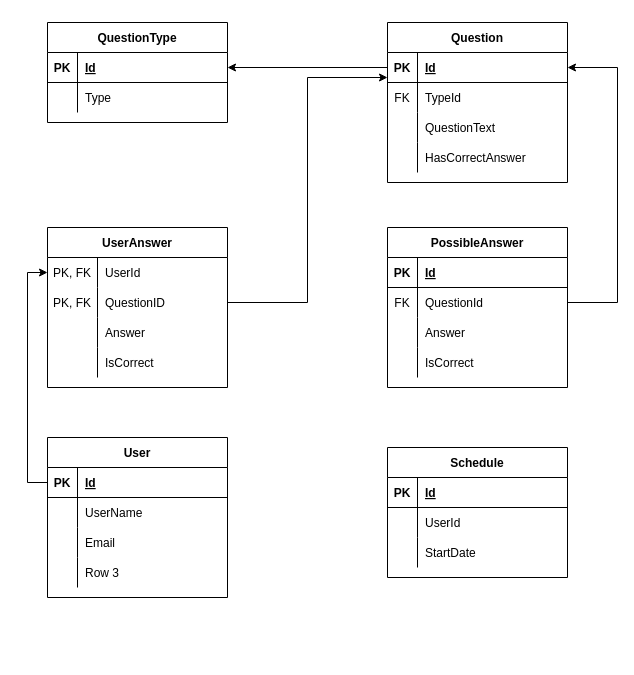
Before: erd.drawio in lionelritchie29/RDT-Technical-Test, a draw.io diagram. Source tidied: cells renumbered, new cells numbered last; positions are measured from the earlier drawing's top-left corner, leaving out a move shared by most shapes. Both pictures are drawn from the tidied source at 100%, with x=0, y=0 at pixel (47, 22).
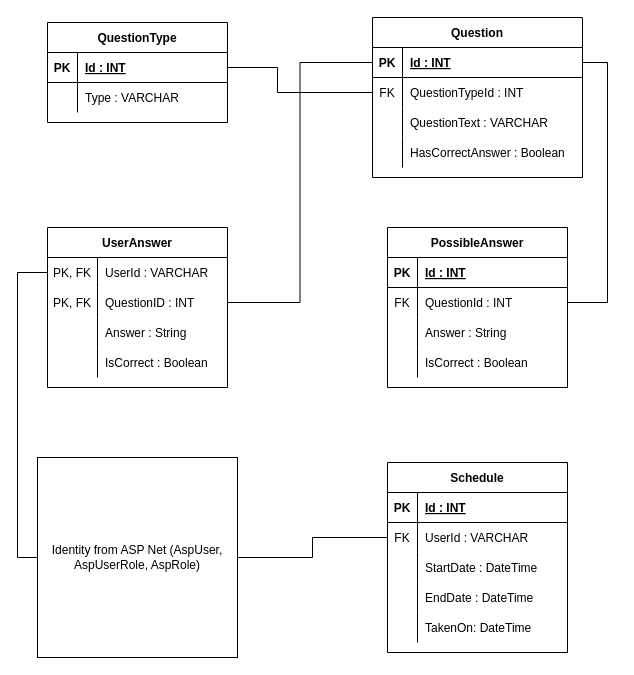
After the change.

The change refers to these unchanged cells:
```xml
<mxCell id="29" style="shape=partialRectangle;fillColor=none;top=0;left=0;bottom=1;right=0;" parent="28" vertex="1">
  <mxGeometry y="30" width="180" height="30" as="geometry" />
</mxCell>
<mxCell id="32" style="shape=partialRectangle;fillColor=none;top=0;left=0;bottom=0;right=0;points=[[0,0.5],[1,0.5]];portConstraint=eastwest;" parent="28" vertex="1">
  <mxGeometry y="60" width="180" height="30" as="geometry" />
</mxCell>
<mxCell id="35" style="shape=partialRectangle;fillColor=none;top=0;left=0;bottom=0;right=0;" parent="28" vertex="1">
  <mxGeometry y="90" width="180" height="30" as="geometry" />
</mxCell>
<mxCell id="38" style="shape=partialRectangle;fillColor=none;top=0;left=0;bottom=0;right=0;" parent="28" vertex="1">
  <mxGeometry y="120" width="180" height="30" as="geometry" />
</mxCell>
<mxCell id="42" style="shape=partialRectangle;fillColor=none;top=0;left=0;bottom=0;right=0;points=[[0,0.5],[1,0.5]];portConstraint=eastwest;" parent="41" vertex="1">
  <mxGeometry y="30" width="180" height="30" as="geometry" />
</mxCell>
<mxCell id="45" style="shape=partialRectangle;fillColor=none;top=0;left=0;bottom=0;right=0;points=[[0,0.5],[1,0.5]];portConstraint=eastwest;" parent="41" vertex="1">
  <mxGeometry y="60" width="180" height="30" as="geometry" />
</mxCell>
<mxCell id="48" style="shape=partialRectangle;fillColor=none;top=0;left=0;bottom=0;right=0;" parent="41" vertex="1">
  <mxGeometry y="90" width="180" height="30" as="geometry" />
</mxCell>
<mxCell id="51" style="shape=partialRectangle;fillColor=none;top=0;left=0;bottom=0;right=0;" parent="41" vertex="1">
  <mxGeometry y="120" width="180" height="30" as="geometry" />
</mxCell>
<mxCell id="55" style="shape=partialRectangle;fillColor=none;top=0;left=0;bottom=1;right=0;points=[[0,0.5],[1,0.5]];portConstraint=eastwest;" parent="54" vertex="1">
  <mxGeometry y="30" width="180" height="30" as="geometry" />
</mxCell>
<mxCell id="58" style="shape=partialRectangle;fillColor=none;top=0;left=0;bottom=0;right=0;" parent="54" vertex="1">
  <mxGeometry y="60" width="180" height="30" as="geometry" />
</mxCell>
<mxCell id="65" style="shape=partialRectangle;fillColor=none;top=0;left=0;bottom=1;right=0;" parent="64" vertex="1">
  <mxGeometry y="30" width="180" height="30" as="geometry" />
</mxCell>
<mxCell id="68" style="shape=partialRectangle;fillColor=none;top=0;left=0;bottom=0;right=0;points=[[0,0.5],[1,0.5]];portConstraint=eastwest;" parent="64" vertex="1">
  <mxGeometry y="60" width="180" height="30" as="geometry" />
</mxCell>
<mxCell id="71" style="shape=partialRectangle;fillColor=none;top=0;left=0;bottom=0;right=0;" parent="64" vertex="1">
  <mxGeometry y="90" width="180" height="30" as="geometry" />
</mxCell>
```

Change to the diagram source:
```diff
@@
-    <mxCell id="2" value="User" style="shape=table;startSize=30;childLayout=tableLayout;rowLines=0;fontStyle=1;align=center;" parent="1" vertex="1">
-      <mxGeometry y="415" width="180" height="160" as="geometry" />
-    </mxCell>
-    <mxCell id="3" style="shape=partialRectangle;fillColor=none;top=0;left=0;bottom=1;right=0;points=[[0,0.5],[1,0.5]];portConstraint=eastwest;" parent="2" vertex="1">
-      <mxGeometry y="30" width="180" height="30" as="geometry" />
-    </mxCell>
-    <mxCell id="4" value="PK" style="shape=partialRectangle;fillColor=none;top=0;left=0;bottom=0;right=0;fontStyle=1;overflow=hidden;" parent="3" vertex="1">
-      <mxGeometry width="30" height="30" as="geometry" />
-    </mxCell>
-    <mxCell id="5" value="Id" style="shape=partialRectangle;fillColor=none;top=0;left=0;bottom=0;right=0;align=left;spacingLeft=6;fontStyle=5;overflow=hidden;" parent="3" vertex="1">
-      <mxGeometry x="30" width="150" height="30" as="geometry" />
-    </mxCell>
-    <mxCell id="6" style="shape=partialRectangle;fillColor=none;top=0;left=0;bottom=0;right=0;" parent="2" vertex="1">
-      <mxGeometry y="60" width="180" height="30" as="geometry" />
-    </mxCell>
-    <mxCell id="7" style="shape=partialRectangle;fillColor=none;top=0;left=0;bottom=0;right=0;overflow=hidden;" parent="6" vertex="1">
-      <mxGeometry width="30" height="30" as="geometry" />
-    </mxCell>
-    <mxCell id="8" value="UserName" style="shape=partialRectangle;fillColor=none;top=0;left=0;bottom=0;right=0;align=left;spacingLeft=6;overflow=hidden;" parent="6" vertex="1">
-      <mxGeometry x="30" width="150" height="30" as="geometry" />
-    </mxCell>
-    <mxCell id="9" style="shape=partialRectangle;fillColor=none;top=0;left=0;bottom=0;right=0;" parent="2" vertex="1">
-      <mxGeometry y="90" width="180" height="30" as="geometry" />
-    </mxCell>
-    <mxCell id="10" style="shape=partialRectangle;fillColor=none;top=0;left=0;bottom=0;right=0;overflow=hidden;" parent="9" vertex="1">
-      <mxGeometry width="30" height="30" as="geometry" />
-    </mxCell>
-    <mxCell id="11" value="Email" style="shape=partialRectangle;fillColor=none;top=0;left=0;bottom=0;right=0;align=left;spacingLeft=6;overflow=hidden;" parent="9" vertex="1">
-      <mxGeometry x="30" width="150" height="30" as="geometry" />
-    </mxCell>
-    <mxCell id="12" style="shape=partialRectangle;fillColor=none;top=0;left=0;bottom=0;right=0;" parent="2" vertex="1">
-      <mxGeometry y="120" width="180" height="30" as="geometry" />
-    </mxCell>
-    <mxCell id="13" style="shape=partialRectangle;fillColor=none;top=0;left=0;bottom=0;right=0;overflow=hidden;" parent="12" vertex="1">
-      <mxGeometry width="30" height="30" as="geometry" />
-    </mxCell>
-    <mxCell id="14" value="Row 3" style="shape=partialRectangle;fillColor=none;top=0;left=0;bottom=0;right=0;align=left;spacingLeft=6;overflow=hidden;" parent="12" vertex="1">
-      <mxGeometry x="30" width="150" height="30" as="geometry" />
-    </mxCell>
     <mxCell id="15" value="Question" style="shape=table;startSize=30;childLayout=tableLayout;rowLines=0;fontStyle=1;align=center;" parent="1" vertex="1">
-      <mxGeometry x="340" width="180" height="160" as="geometry" />
+      <mxGeometry x="325" y="-5" width="210" height="160" as="geometry" />
     </mxCell>
     <mxCell id="16" style="shape=partialRectangle;fillColor=none;top=0;left=0;bottom=1;right=0;points=[[0,0.5],[1,0.5]];portConstraint=eastwest;" parent="15" vertex="1">
-      <mxGeometry y="30" width="180" height="30" as="geometry" />
+      <mxGeometry y="30" width="210" height="30" as="geometry" />
     </mxCell>
@@
-    <mxCell id="18" value="Id" style="shape=partialRectangle;fillColor=none;top=0;left=0;bottom=0;right=0;align=left;spacingLeft=6;fontStyle=5;overflow=hidden;" parent="16" vertex="1">
-      <mxGeometry x="30" width="150" height="30" as="geometry" />
+    <mxCell id="18" value="Id : INT" style="shape=partialRectangle;fillColor=none;top=0;left=0;bottom=0;right=0;align=left;spacingLeft=6;fontStyle=5;overflow=hidden;" parent="16" vertex="1">
+      <mxGeometry x="30" width="180" height="30" as="geometry" />
     </mxCell>
     <mxCell id="19" style="shape=partialRectangle;fillColor=none;top=0;left=0;bottom=0;right=0;points=[[0,0.5],[1,0.5]];portConstraint=eastwest;" parent="15" vertex="1">
-      <mxGeometry y="60" width="180" height="30" as="geometry" />
+      <mxGeometry y="60" width="210" height="30" as="geometry" />
     </mxCell>
@@
-    <mxCell id="21" value="TypeId" style="shape=partialRectangle;fillColor=none;top=0;left=0;bottom=0;right=0;align=left;spacingLeft=6;overflow=hidden;" parent="19" vertex="1">
-      <mxGeometry x="30" width="150" height="30" as="geometry" />
+    <mxCell id="21" value="QuestionTypeId : INT" style="shape=partialRectangle;fillColor=none;top=0;left=0;bottom=0;right=0;align=left;spacingLeft=6;overflow=hidden;" parent="19" vertex="1">
+      <mxGeometry x="30" width="180" height="30" as="geometry" />
     </mxCell>
     <mxCell id="22" style="shape=partialRectangle;fillColor=none;top=0;left=0;bottom=0;right=0;" parent="15" vertex="1">
-      <mxGeometry y="90" width="180" height="30" as="geometry" />
+      <mxGeometry y="90" width="210" height="30" as="geometry" />
     </mxCell>
@@
-    <mxCell id="24" value="QuestionText" style="shape=partialRectangle;fillColor=none;top=0;left=0;bottom=0;right=0;align=left;spacingLeft=6;overflow=hidden;" parent="22" vertex="1">
-      <mxGeometry x="30" width="150" height="30" as="geometry" />
+    <mxCell id="24" value="QuestionText : VARCHAR" style="shape=partialRectangle;fillColor=none;top=0;left=0;bottom=0;right=0;align=left;spacingLeft=6;overflow=hidden;" parent="22" vertex="1">
+      <mxGeometry x="30" width="180" height="30" as="geometry" />
     </mxCell>
     <mxCell id="25" style="shape=partialRectangle;fillColor=none;top=0;left=0;bottom=0;right=0;" parent="15" vertex="1">
-      <mxGeometry y="120" width="180" height="30" as="geometry" />
+      <mxGeometry y="120" width="210" height="30" as="geometry" />
     </mxCell>
@@
-    <mxCell id="27" value="HasCorrectAnswer" style="shape=partialRectangle;fillColor=none;top=0;left=0;bottom=0;right=0;align=left;spacingLeft=6;overflow=hidden;" parent="25" vertex="1">
-      <mxGeometry x="30" width="150" height="30" as="geometry" />
+    <mxCell id="27" value="HasCorrectAnswer : Boolean" style="shape=partialRectangle;fillColor=none;top=0;left=0;bottom=0;right=0;align=left;spacingLeft=6;overflow=hidden;" parent="25" vertex="1">
+      <mxGeometry x="30" width="180" height="30" as="geometry" />
     </mxCell>
@@
-    <mxCell id="31" value="Id" style="shape=partialRectangle;fillColor=none;top=0;left=0;bottom=0;right=0;align=left;spacingLeft=6;fontStyle=5;overflow=hidden;" parent="29" vertex="1">
+    <mxCell id="31" value="Id : INT" style="shape=partialRectangle;fillColor=none;top=0;left=0;bottom=0;right=0;align=left;spacingLeft=6;fontStyle=5;overflow=hidden;" parent="29" vertex="1">
       <mxGeometry x="30" width="150" height="30" as="geometry" />
     </mxCell>
@@
-    <mxCell id="34" value="QuestionId" style="shape=partialRectangle;fillColor=none;top=0;left=0;bottom=0;right=0;align=left;spacingLeft=6;overflow=hidden;" parent="32" vertex="1">
+    <mxCell id="34" value="QuestionId : INT" style="shape=partialRectangle;fillColor=none;top=0;left=0;bottom=0;right=0;align=left;spacingLeft=6;overflow=hidden;" parent="32" vertex="1">
       <mxGeometry x="30" width="150" height="30" as="geometry" />
     </mxCell>
@@
-    <mxCell id="37" value="Answer" style="shape=partialRectangle;fillColor=none;top=0;left=0;bottom=0;right=0;align=left;spacingLeft=6;overflow=hidden;" parent="35" vertex="1">
+    <mxCell id="37" value="Answer : String" style="shape=partialRectangle;fillColor=none;top=0;left=0;bottom=0;right=0;align=left;spacingLeft=6;overflow=hidden;" parent="35" vertex="1">
       <mxGeometry x="30" width="150" height="30" as="geometry" />
     </mxCell>
@@
-    <mxCell id="40" value="IsCorrect" style="shape=partialRectangle;fillColor=none;top=0;left=0;bottom=0;right=0;align=left;spacingLeft=6;overflow=hidden;" parent="38" vertex="1">
+    <mxCell id="40" value="IsCorrect : Boolean" style="shape=partialRectangle;fillColor=none;top=0;left=0;bottom=0;right=0;align=left;spacingLeft=6;overflow=hidden;" parent="38" vertex="1">
       <mxGeometry x="30" width="150" height="30" as="geometry" />
     </mxCell>
@@
-    <mxCell id="44" value="UserId" style="shape=partialRectangle;fillColor=none;top=0;left=0;bottom=0;right=0;align=left;spacingLeft=6;overflow=hidden;" parent="42" vertex="1">
+    <mxCell id="44" value="UserId : VARCHAR" style="shape=partialRectangle;fillColor=none;top=0;left=0;bottom=0;right=0;align=left;spacingLeft=6;overflow=hidden;" parent="42" vertex="1">
       <mxGeometry x="50" width="130" height="30" as="geometry" />
     </mxCell>
@@
-    <mxCell id="47" value="QuestionID" style="shape=partialRectangle;fillColor=none;top=0;left=0;bottom=0;right=0;align=left;spacingLeft=6;overflow=hidden;" parent="45" vertex="1">
+    <mxCell id="47" value="QuestionID : INT" style="shape=partialRectangle;fillColor=none;top=0;left=0;bottom=0;right=0;align=left;spacingLeft=6;overflow=hidden;" parent="45" vertex="1">
       <mxGeometry x="50" width="130" height="30" as="geometry" />
     </mxCell>
@@
-    <mxCell id="50" value="Answer" style="shape=partialRectangle;fillColor=none;top=0;left=0;bottom=0;right=0;align=left;spacingLeft=6;overflow=hidden;" parent="48" vertex="1">
+    <mxCell id="50" value="Answer : String" style="shape=partialRectangle;fillColor=none;top=0;left=0;bottom=0;right=0;align=left;spacingLeft=6;overflow=hidden;" parent="48" vertex="1">
       <mxGeometry x="50" width="130" height="30" as="geometry" />
     </mxCell>
@@
-    <mxCell id="53" value="IsCorrect" style="shape=partialRectangle;fillColor=none;top=0;left=0;bottom=0;right=0;align=left;spacingLeft=6;overflow=hidden;" parent="51" vertex="1">
+    <mxCell id="53" value="IsCorrect : Boolean" style="shape=partialRectangle;fillColor=none;top=0;left=0;bottom=0;right=0;align=left;spacingLeft=6;overflow=hidden;" parent="51" vertex="1">
       <mxGeometry x="50" width="130" height="30" as="geometry" />
     </mxCell>
@@
-    <mxCell id="57" value="Id" style="shape=partialRectangle;fillColor=none;top=0;left=0;bottom=0;right=0;align=left;spacingLeft=6;fontStyle=5;overflow=hidden;" parent="55" vertex="1">
+    <mxCell id="57" value="Id : INT" style="shape=partialRectangle;fillColor=none;top=0;left=0;bottom=0;right=0;align=left;spacingLeft=6;fontStyle=5;overflow=hidden;" parent="55" vertex="1">
       <mxGeometry x="30" width="150" height="30" as="geometry" />
     </mxCell>
@@
-    <mxCell id="60" value="Type" style="shape=partialRectangle;fillColor=none;top=0;left=0;bottom=0;right=0;align=left;spacingLeft=6;overflow=hidden;" parent="58" vertex="1">
+    <mxCell id="60" value="Type : VARCHAR" style="shape=partialRectangle;fillColor=none;top=0;left=0;bottom=0;right=0;align=left;spacingLeft=6;overflow=hidden;" parent="58" vertex="1">
       <mxGeometry x="30" width="150" height="30" as="geometry" />
     </mxCell>
-    <mxCell id="61" style="edgeStyle=orthogonalEdgeStyle;rounded=0;jettySize=auto;html=1;exitX=0;exitY=0.5;exitDx=0;exitDy=0;entryX=0;entryY=0.5;entryDx=0;entryDy=0;" parent="1" edge="1" source="3" target="42">
-      <mxGeometry relative="1" as="geometry" />
-    </mxCell>
-    <mxCell id="62" style="edgeStyle=orthogonalEdgeStyle;rounded=0;jettySize=auto;html=1;exitX=1;exitY=0.5;exitDx=0;exitDy=0;entryX=1;entryY=0.5;entryDx=0;entryDy=0;" parent="1" edge="1" source="32" target="16">
-      <mxGeometry relative="1" as="geometry">
-        <Array as="points">
-          <mxPoint x="570" y="280" />
-          <mxPoint x="570" y="45" />
-        </Array>
-      </mxGeometry>
-    </mxCell>
-    <mxCell id="63" style="edgeStyle=orthogonalEdgeStyle;rounded=0;jettySize=auto;html=1;exitX=0;exitY=0.5;exitDx=0;exitDy=0;" parent="1" edge="1" source="19" target="55">
-      <mxGeometry relative="1" as="geometry">
-        <Array as="points">
-          <mxPoint x="340" y="45" />
-        </Array>
-      </mxGeometry>
-    </mxCell>
     <mxCell id="64" value="Schedule" style="shape=table;startSize=30;childLayout=tableLayout;rowLines=0;fontStyle=1;align=center;" parent="1" vertex="1">
-      <mxGeometry x="340" y="425" width="180" height="130" as="geometry" />
+      <mxGeometry x="340" y="440" width="180" height="190" as="geometry" />
     </mxCell>
@@
-    <mxCell id="67" value="Id" style="shape=partialRectangle;fillColor=none;top=0;left=0;bottom=0;right=0;align=left;spacingLeft=6;fontStyle=5;overflow=hidden;" parent="65" vertex="1">
+    <mxCell id="67" value="Id : INT" style="shape=partialRectangle;fillColor=none;top=0;left=0;bottom=0;right=0;align=left;spacingLeft=6;fontStyle=5;overflow=hidden;" parent="65" vertex="1">
       <mxGeometry x="30" width="150" height="30" as="geometry" />
     </mxCell>
@@
-    <mxCell id="69" style="shape=partialRectangle;fillColor=none;top=0;left=0;bottom=0;right=0;overflow=hidden;" parent="68" vertex="1">
+    <mxCell id="69" value="FK" style="shape=partialRectangle;fillColor=none;top=0;left=0;bottom=0;right=0;overflow=hidden;" parent="68" vertex="1">
       <mxGeometry width="30" height="30" as="geometry" />
     </mxCell>
-    <mxCell id="70" value="UserId" style="shape=partialRectangle;fillColor=none;top=0;left=0;bottom=0;right=0;align=left;spacingLeft=6;overflow=hidden;" parent="68" vertex="1">
+    <mxCell id="70" value="UserId : VARCHAR" style="shape=partialRectangle;fillColor=none;top=0;left=0;bottom=0;right=0;align=left;spacingLeft=6;overflow=hidden;" parent="68" vertex="1">
       <mxGeometry x="30" width="150" height="30" as="geometry" />
     </mxCell>
@@
-    <mxCell id="73" value="StartDate" style="shape=partialRectangle;fillColor=none;top=0;left=0;bottom=0;right=0;align=left;spacingLeft=6;overflow=hidden;" parent="71" vertex="1">
+    <mxCell id="73" value="StartDate : DateTime" style="shape=partialRectangle;fillColor=none;top=0;left=0;bottom=0;right=0;align=left;spacingLeft=6;overflow=hidden;" parent="71" vertex="1">
       <mxGeometry x="30" width="150" height="30" as="geometry" />
     </mxCell>
+    <mxCell id="12" style="shape=partialRectangle;fillColor=none;top=0;left=0;bottom=0;right=0;" parent="64" vertex="1">
+      <mxGeometry y="120" width="180" height="30" as="geometry" />
+    </mxCell>
+    <mxCell id="75" style="shape=partialRectangle;fillColor=none;top=0;left=0;bottom=0;right=0;overflow=hidden;" parent="12" vertex="1">
+      <mxGeometry width="30" height="30" as="geometry" />
+    </mxCell>
+    <mxCell id="76" value="EndDate : DateTime" style="shape=partialRectangle;fillColor=none;top=0;left=0;bottom=0;right=0;align=left;spacingLeft=6;overflow=hidden;" parent="12" vertex="1">
+      <mxGeometry x="30" width="150" height="30" as="geometry" />
+    </mxCell>
+    <mxCell id="77" style="shape=partialRectangle;fillColor=none;top=0;left=0;bottom=0;right=0;" parent="64" vertex="1">
+      <mxGeometry y="150" width="180" height="30" as="geometry" />
+    </mxCell>
+    <mxCell id="78" style="shape=partialRectangle;fillColor=none;top=0;left=0;bottom=0;right=0;overflow=hidden;" parent="77" vertex="1">
+      <mxGeometry width="30" height="30" as="geometry" />
+    </mxCell>
+    <mxCell id="79" value="TakenOn: DateTime" style="shape=partialRectangle;fillColor=none;top=0;left=0;bottom=0;right=0;align=left;spacingLeft=6;overflow=hidden;" parent="77" vertex="1">
+      <mxGeometry x="30" width="150" height="30" as="geometry" />
+    </mxCell>
+    <mxCell id="80" value="Identity from ASP Net (AspUser, AspUserRole, AspRole)" style="whiteSpace=wrap;html=1;" parent="1" vertex="1">
+      <mxGeometry x="-10" y="435" width="200" height="200" as="geometry" />
+    </mxCell>
+    <mxCell id="81" style="edgeStyle=orthogonalEdgeStyle;rounded=0;jettySize=auto;html=1;exitX=0;exitY=0.5;exitDx=0;exitDy=0;entryX=0;entryY=0.5;entryDx=0;entryDy=0;endArrow=none;endFill=0;" parent="1" edge="1" source="42" target="80">
+      <mxGeometry relative="1" as="geometry">
+        <Array as="points">
+          <mxPoint x="-30" y="250" />
+          <mxPoint x="-30" y="535" />
+        </Array>
+      </mxGeometry>
+    </mxCell>
+    <mxCell id="82" style="edgeStyle=orthogonalEdgeStyle;rounded=0;jettySize=auto;html=1;exitX=0;exitY=0.5;exitDx=0;exitDy=0;endArrow=none;endFill=0;" parent="1" edge="1" source="68" target="80">
+      <mxGeometry relative="1" as="geometry" />
+    </mxCell>
-    <mxCell id="74" style="edgeStyle=orthogonalEdgeStyle;rounded=0;jettySize=auto;html=1;exitX=1;exitY=0.5;exitDx=0;exitDy=0;" parent="1" edge="1" source="45" target="16">
-      <mxGeometry relative="1" as="geometry">
-        <Array as="points">
-          <mxPoint x="260" y="280" />
-          <mxPoint x="260" y="55" />
-        </Array>
-      </mxGeometry>
+    <mxCell id="74" style="edgeStyle=orthogonalEdgeStyle;rounded=0;jettySize=auto;html=1;exitX=1;exitY=0.5;exitDx=0;exitDy=0;entryX=0;entryY=0.5;entryDx=0;entryDy=0;endArrow=none;endFill=0;" parent="1" edge="1" source="45" target="16">
+      <mxGeometry relative="1" as="geometry" />
     </mxCell>
+    <mxCell id="62" style="edgeStyle=orthogonalEdgeStyle;rounded=0;jettySize=auto;html=1;exitX=1;exitY=0.5;exitDx=0;exitDy=0;entryX=1;entryY=0.5;entryDx=0;entryDy=0;endArrow=none;endFill=0;" parent="1" edge="1" source="32" target="16">
+      <mxGeometry relative="1" as="geometry">
+        <Array as="points">
+          <mxPoint x="560" y="280" />
+          <mxPoint x="560" y="40" />
+        </Array>
+      </mxGeometry>
+    </mxCell>
+    <mxCell id="83" style="edgeStyle=orthogonalEdgeStyle;rounded=0;jettySize=auto;html=1;exitX=1;exitY=0.5;exitDx=0;exitDy=0;entryX=0;entryY=0.5;entryDx=0;entryDy=0;endArrow=none;endFill=0;" parent="1" edge="1" source="55" target="19">
+      <mxGeometry relative="1" as="geometry">
+        <Array as="points">
+          <mxPoint x="230" y="45" />
+          <mxPoint x="230" y="70" />
+        </Array>
+      </mxGeometry>
+    </mxCell>
```
